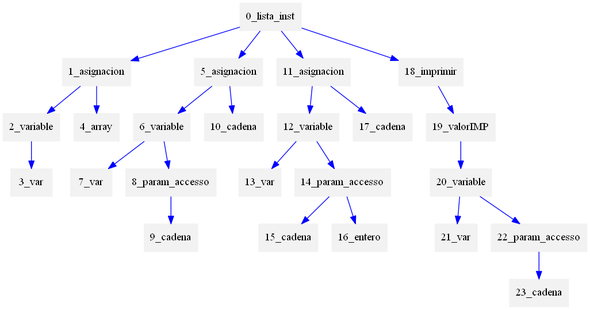
Before: AST_asc.dot.png, a diagram exported from Graphviz (Gary-Joan/Proyecto1_Compi2). Its source is kept beside it as ASt_asc.dot.
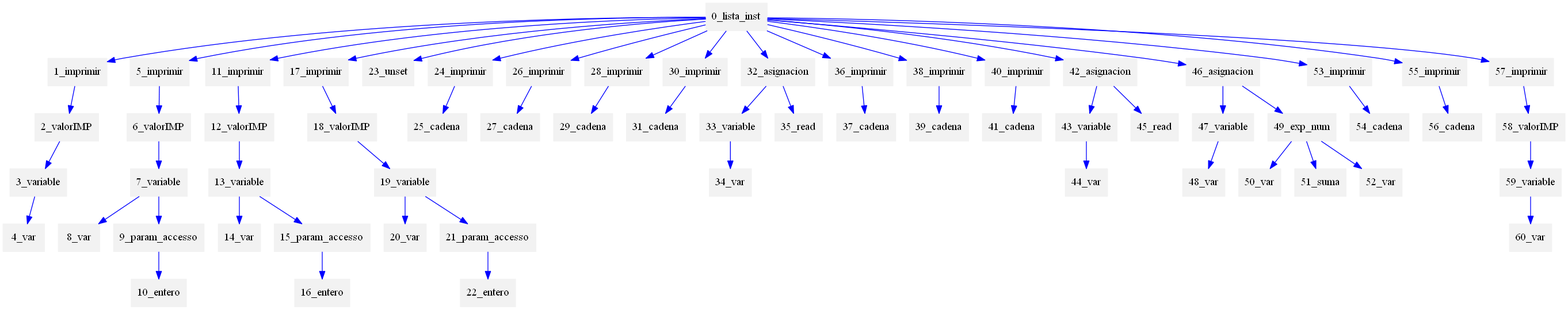
Above is the later version.

The edit, as a diff of the source:
```diff
@@ -1,48 +1,122 @@
 digraph G {node[shape=box, style=filled, color=Gray95]; edge[color=blue];rankdir=UD
 
 
-"0_lista_inst"->"1_asignacion"
-"1_asignacion"->"2_variable"
-"2_variable"->"3_var"
-
-
-"1_asignacion"->"4_array"
-
-
-"0_lista_inst"->"5_asignacion"
-"5_asignacion"->"6_variable"
-"6_variable"->"7_var"
-
-"6_variable"->"8_param_accesso"
-"8_param_accesso"->"9_cadena"
+"0_lista_inst"->"1_imprimir"
+"1_imprimir"->"2_valorIMP"
+"2_valorIMP"->"3_variable"
+"3_variable"->"4_var"
 
 
 
-"5_asignacion"->"10_cadena"
 
+"0_lista_inst"->"5_imprimir"
+"5_imprimir"->"6_valorIMP"
+"6_valorIMP"->"7_variable"
+"7_variable"->"8_var"
 
-"0_lista_inst"->"11_asignacion"
-"11_asignacion"->"12_variable"
-"12_variable"->"13_var"
-
-"12_variable"->"14_param_accesso"
-"14_param_accesso"->"15_cadena"
-
-"14_param_accesso"->"16_entero"
+"7_variable"->"9_param_accesso"
+"9_param_accesso"->"10_entero"
 
 
 
-"11_asignacion"->"17_cadena"
 
 
-"0_lista_inst"->"18_imprimir"
-"18_imprimir"->"19_valorIMP"
-"19_valorIMP"->"20_variable"
-"20_variable"->"21_var"
+"0_lista_inst"->"11_imprimir"
+"11_imprimir"->"12_valorIMP"
+"12_valorIMP"->"13_variable"
+"13_variable"->"14_var"
 
-"20_variable"->"22_param_accesso"
-"22_param_accesso"->"23_cadena"
+"13_variable"->"15_param_accesso"
+"15_param_accesso"->"16_entero"
 
+
+
+
+
+"0_lista_inst"->"17_imprimir"
+"17_imprimir"->"18_valorIMP"
+"18_valorIMP"->"19_variable"
+"19_variable"->"20_var"
+
+"19_variable"->"21_param_accesso"
+"21_param_accesso"->"22_entero"
+
+
+
+
+
+"0_lista_inst"->"23_unset"
+
+"0_lista_inst"->"24_imprimir"
+"24_imprimir"->"25_cadena"
+
+
+"0_lista_inst"->"26_imprimir"
+"26_imprimir"->"27_cadena"
+
+
+"0_lista_inst"->"28_imprimir"
+"28_imprimir"->"29_cadena"
+
+
+"0_lista_inst"->"30_imprimir"
+"30_imprimir"->"31_cadena"
+
+
+"0_lista_inst"->"32_asignacion"
+"32_asignacion"->"33_variable"
+"33_variable"->"34_var"
+
+
+"32_asignacion"->"35_read"
+
+
+"0_lista_inst"->"36_imprimir"
+"36_imprimir"->"37_cadena"
+
+
+"0_lista_inst"->"38_imprimir"
+"38_imprimir"->"39_cadena"
+
+
+"0_lista_inst"->"40_imprimir"
+"40_imprimir"->"41_cadena"
+
+
+"0_lista_inst"->"42_asignacion"
+"42_asignacion"->"43_variable"
+"43_variable"->"44_var"
+
+
+"42_asignacion"->"45_read"
+
+
+"0_lista_inst"->"46_asignacion"
+"46_asignacion"->"47_variable"
+"47_variable"->"48_var"
+
+
+"46_asignacion"->"49_exp_num"
+"49_exp_num"->"50_var"
+
+"49_exp_num"->"51_suma"
+
+"49_exp_num"->"52_var"
+
+
+
+"0_lista_inst"->"53_imprimir"
+"53_imprimir"->"54_cadena"
+
+
+"0_lista_inst"->"55_imprimir"
+"55_imprimir"->"56_cadena"
+
+
+"0_lista_inst"->"57_imprimir"
+"57_imprimir"->"58_valorIMP"
+"58_valorIMP"->"59_variable"
+"59_variable"->"60_var"
 
 
 
```
